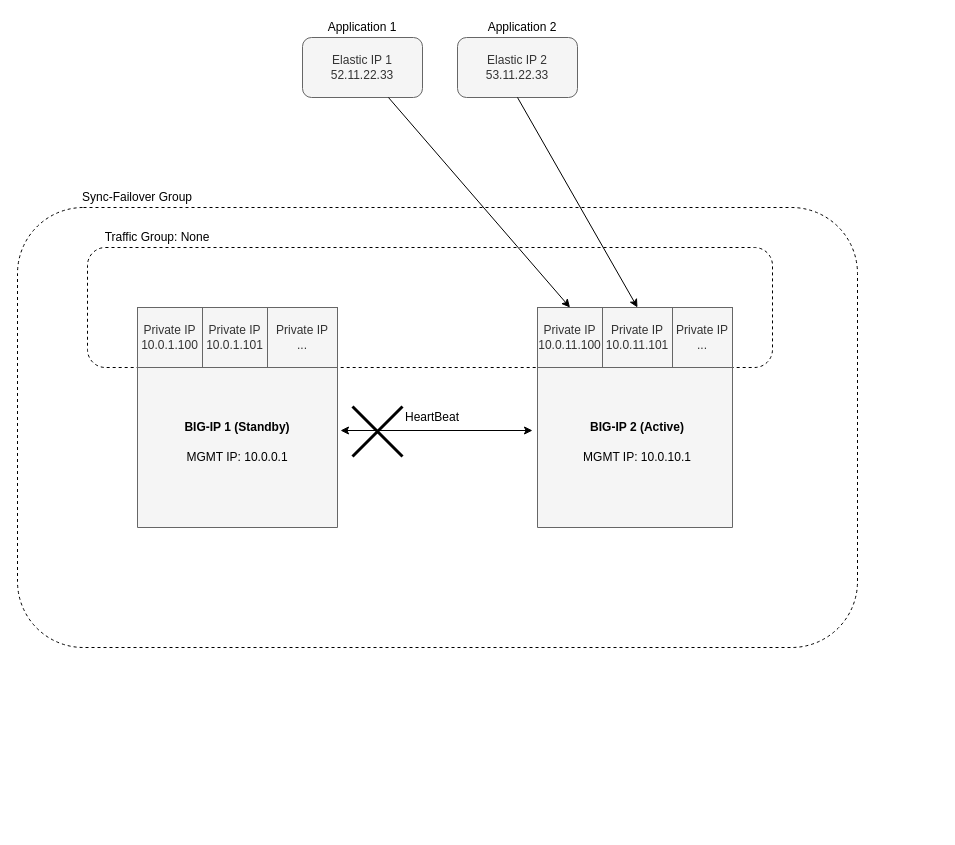
F5Networks/f5-cloud-failover-extension keeps this draw.io diagram as contributing/images/src/GoogleFailoverExtensionHighLevelAfter.drawio.xml. Above is the earlier version. Source tidied: cells renumbered, new cells numbered last; positions are measured from the earlier drawing's top-left corner, leaving out a move shared by most shapes. Both pictures are drawn from the tidied source at 100%, with x=0, y=0 at pixel (17, 17). Pictures stored in the file or linked from it are replaced by grey dashed boxes.
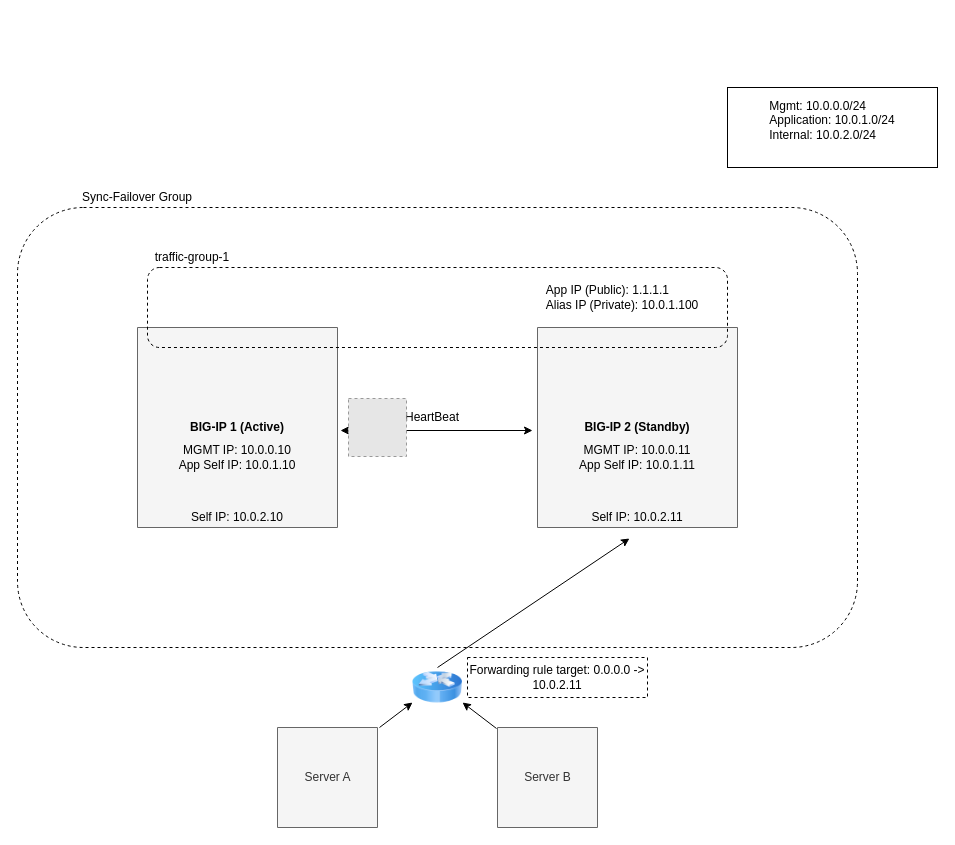
Above is the later version.

What changed in the source:
```diff
@@
-    <mxCell id="2" style="rounded=1;whiteSpace=wrap;html=1;dashed=1;fillColor=none;" parent="1" vertex="1">
-      <mxGeometry x="70" y="230" width="685" height="120" as="geometry" />
-    </mxCell>
-    <mxCell id="3" style="rounded=1;whiteSpace=wrap;html=1;dashed=1;fillColor=none;" parent="1" vertex="1">
-      <mxGeometry y="190" width="840" height="440" as="geometry" />
-    </mxCell>
-    <mxCell id="4" style="verticalLabelPosition=bottom;verticalAlign=top;html=1;shape=mxgraph.basic.rect;fillColor=#f5f5f5;fillColor2=none;strokeColor=#666666;strokeWidth=1;size=20;indent=5;fontColor=#333333;" parent="1" vertex="1">
-      <mxGeometry x="120" y="310" width="200" height="200" as="geometry" />
-    </mxCell>
-    <mxCell id="5" style="verticalLabelPosition=bottom;verticalAlign=top;html=1;shape=mxgraph.basic.rect;fillColor=#f5f5f5;fillColor2=none;strokeColor=#666666;strokeWidth=1;size=20;indent=5;fontColor=#333333;" parent="1" vertex="1">
-      <mxGeometry x="520" y="310" width="195" height="200" as="geometry" />
-    </mxCell>
-    <mxCell id="6" value="&lt;b&gt;BIG-IP 1 (Standby)&lt;/b&gt;" style="text;html=1;strokeColor=none;fillColor=none;align=center;verticalAlign=middle;whiteSpace=wrap;rounded=0;" parent="1" vertex="1">
-      <mxGeometry x="160" y="390" width="120" height="40" as="geometry" />
-    </mxCell>
-    <mxCell id="7" value="&lt;b&gt;BIG-IP 2 (Active)&lt;/b&gt;" style="text;html=1;strokeColor=none;fillColor=none;align=center;verticalAlign=middle;whiteSpace=wrap;rounded=0;" parent="1" vertex="1">
-      <mxGeometry x="560" y="390" width="120" height="40" as="geometry" />
-    </mxCell>
-    <mxCell id="8" value="MGMT IP: 10.0.0.1" style="text;html=1;strokeColor=none;fillColor=none;align=center;verticalAlign=middle;whiteSpace=wrap;rounded=0;" parent="1" vertex="1">
-      <mxGeometry x="160" y="420" width="120" height="40" as="geometry" />
-    </mxCell>
-    <mxCell id="9" value="MGMT IP: 10.0.10.1" style="text;html=1;strokeColor=none;fillColor=none;align=center;verticalAlign=middle;whiteSpace=wrap;rounded=0;" parent="1" vertex="1">
-      <mxGeometry x="560" y="420" width="120" height="40" as="geometry" />
-    </mxCell>
+    <mxCell id="27" style="rounded=1;whiteSpace=wrap;html=1;dashed=1;fillColor=none;" parent="1" vertex="1">
+      <mxGeometry y="190" width="840" height="440" as="geometry" />
+    </mxCell>
+    <mxCell id="28" style="verticalLabelPosition=bottom;verticalAlign=top;html=1;shape=mxgraph.basic.rect;fillColor=#f5f5f5;fillColor2=none;strokeColor=#666666;strokeWidth=1;size=20;indent=5;fontColor=#333333;" parent="1" vertex="1">
+      <mxGeometry x="120" y="310" width="200" height="200" as="geometry" />
+    </mxCell>
+    <mxCell id="29" style="verticalLabelPosition=bottom;verticalAlign=top;html=1;shape=mxgraph.basic.rect;fillColor=#f5f5f5;fillColor2=none;strokeColor=#666666;strokeWidth=1;size=20;indent=5;fontColor=#333333;" parent="1" vertex="1">
+      <mxGeometry x="520" y="310" width="200" height="200" as="geometry" />
+    </mxCell>
+    <mxCell id="30" style="endArrow=classic;startArrow=classic;html=1;exitX=1.015;exitY=0.515;exitDx=0;exitDy=0;exitPerimeter=0;" parent="1" edge="1" source="28">
+      <mxGeometry relative="1" as="geometry">
+        <mxPoint x="515" y="413" as="targetPoint" />
+      </mxGeometry>
+    </mxCell>
+    <mxCell id="31" value="&lt;b&gt;BIG-IP 1 (Active)&lt;/b&gt;&lt;br&gt;" style="text;html=1;strokeColor=none;fillColor=none;align=center;verticalAlign=middle;whiteSpace=wrap;rounded=0;" parent="1" vertex="1">
+      <mxGeometry x="160" y="390" width="120" height="40" as="geometry" />
+    </mxCell>
+    <mxCell id="32" value="&lt;div style=&quot;text-align: left&quot;&gt;Mgmt: 10.0.0.0/24&lt;/div&gt;&lt;div style=&quot;text-align: left&quot;&gt;Application: 10.0.1.0/24&lt;/div&gt;&lt;div style=&quot;text-align: left&quot;&gt;Internal: 10.0.2.0/24&lt;/div&gt;&lt;br&gt;" style="text;html=1;strokeColor=#000000;fillColor=none;align=center;verticalAlign=middle;whiteSpace=wrap;rounded=0;" parent="1" vertex="1">
+      <mxGeometry x="710" y="70" width="210" height="80" as="geometry" />
+    </mxCell>
+    <mxCell id="33" value="&lt;b&gt;BIG-IP 2 (Standby)&lt;/b&gt;&lt;br&gt;" style="text;html=1;strokeColor=none;fillColor=none;align=center;verticalAlign=middle;whiteSpace=wrap;rounded=0;" parent="1" vertex="1">
+      <mxGeometry x="560" y="390" width="120" height="40" as="geometry" />
+    </mxCell>
+    <mxCell id="34" value="MGMT IP: 10.0.0.10&lt;br&gt;App Self IP: 10.0.1.10&lt;br&gt;" style="text;html=1;strokeColor=none;fillColor=none;align=center;verticalAlign=middle;whiteSpace=wrap;rounded=0;" parent="1" vertex="1">
+      <mxGeometry x="160" y="420" width="120" height="40" as="geometry" />
+    </mxCell>
+    <mxCell id="35" value="MGMT IP: 10.0.0.11&lt;br&gt;App Self IP: 10.0.1.11&lt;br&gt;" style="text;html=1;strokeColor=none;fillColor=none;align=center;verticalAlign=middle;whiteSpace=wrap;rounded=0;" parent="1" vertex="1">
+      <mxGeometry x="560" y="420" width="120" height="40" as="geometry" />
+    </mxCell>
@@
+    <mxCell id="36" value="traffic-group-1" style="text;html=1;strokeColor=none;fillColor=none;align=center;verticalAlign=middle;whiteSpace=wrap;rounded=0;dashed=1;" parent="1" vertex="1">
+      <mxGeometry x="130" y="230" width="90" height="20" as="geometry" />
+    </mxCell>
+    <mxCell id="37" style="rounded=1;whiteSpace=wrap;html=1;strokeColor=#000000;fillColor=none;dashed=1;" parent="1" vertex="1">
+      <mxGeometry x="130" y="250" width="580" height="80" as="geometry" />
+    </mxCell>
+    <mxCell id="38" value="&lt;div style=&quot;text-align: left&quot;&gt;App IP (Public): 1.1.1.1&lt;br&gt;&lt;/div&gt;&lt;div&gt;&lt;div style=&quot;text-align: left&quot;&gt;Alias IP (Private): 10.0.1.100&lt;/div&gt;&lt;/div&gt;" style="text;html=1;strokeColor=none;fillColor=none;align=center;verticalAlign=middle;whiteSpace=wrap;rounded=0;dashed=1;" parent="1" vertex="1">
+      <mxGeometry x="500" y="260" width="210" height="40" as="geometry" />
+    </mxCell>
@@
-    <mxCell id="12" value="Private IP&lt;br&gt;10.0.1.100" style="rounded=0;whiteSpace=wrap;html=1;fillColor=#f5f5f5;strokeColor=#666666;fontColor=#333333;" parent="1" vertex="1">
-      <mxGeometry x="120" y="290" width="65" height="60" as="geometry" />
-    </mxCell>
-    <mxCell id="13" value="Private IP&lt;br&gt;10.0.1.101" style="rounded=0;whiteSpace=wrap;html=1;fillColor=#f5f5f5;strokeColor=#666666;fontColor=#333333;" parent="1" vertex="1">
-      <mxGeometry x="185" y="290" width="65" height="60" as="geometry" />
-    </mxCell>
-    <mxCell id="14" value="Private IP&lt;br&gt;..." style="rounded=0;whiteSpace=wrap;html=1;fillColor=#f5f5f5;strokeColor=#666666;fontColor=#333333;" parent="1" vertex="1">
-      <mxGeometry x="250" y="290" width="70" height="60" as="geometry" />
-    </mxCell>
-    <mxCell id="15" value="Private IP&lt;br&gt;10.0.11.100" style="rounded=0;whiteSpace=wrap;html=1;fillColor=#f5f5f5;strokeColor=#666666;fontColor=#333333;" parent="1" vertex="1">
-      <mxGeometry x="520" y="290" width="65" height="60" as="geometry" />
-    </mxCell>
-    <mxCell id="16" value="Private IP&lt;br&gt;10.0.11.101" style="rounded=0;whiteSpace=wrap;html=1;fillColor=#f5f5f5;strokeColor=#666666;fontColor=#333333;" parent="1" vertex="1">
-      <mxGeometry x="585" y="290" width="70" height="60" as="geometry" />
-    </mxCell>
-    <mxCell id="17" value="Private IP&lt;br&gt;..." style="rounded=0;whiteSpace=wrap;html=1;fillColor=#f5f5f5;strokeColor=#666666;fontColor=#333333;" parent="1" vertex="1">
-      <mxGeometry x="655" y="290" width="60" height="60" as="geometry" />
-    </mxCell>
-    <mxCell id="18" value="Elastic IP 1&lt;br&gt;52.11.22.33" style="rounded=1;whiteSpace=wrap;html=1;fillColor=#f5f5f5;strokeColor=#666666;fontColor=#333333;" parent="1" vertex="1">
-      <mxGeometry x="285" y="20" width="120" height="60" as="geometry" />
-    </mxCell>
-    <mxCell id="19" value="Elastic IP 2&lt;br&gt;53.11.22.33" style="rounded=1;whiteSpace=wrap;html=1;fillColor=#f5f5f5;strokeColor=#666666;fontColor=#333333;" parent="1" vertex="1">
-      <mxGeometry x="440" y="20" width="120" height="60" as="geometry" />
-    </mxCell>
-    <mxCell id="20" style="endArrow=classic;html=1;entryX=0.5;entryY=0;entryDx=0;entryDy=0;" parent="1" edge="1" source="18" target="15">
-      <mxGeometry relative="1" as="geometry" />
-    </mxCell>
-    <mxCell id="21" style="endArrow=classic;html=1;exitX=0.5;exitY=1;exitDx=0;exitDy=0;entryX=0.5;entryY=0;entryDx=0;entryDy=0;" parent="1" edge="1" source="19" target="16">
-      <mxGeometry relative="1" as="geometry" />
-    </mxCell>
-    <mxCell id="22" value="Traffic Group: None" style="text;html=1;strokeColor=none;fillColor=none;align=center;verticalAlign=middle;whiteSpace=wrap;rounded=0;dashed=1;" parent="1" vertex="1">
-      <mxGeometry x="45" y="210" width="190" height="20" as="geometry" />
-    </mxCell>
-    <mxCell id="23" value="Application 1" style="text;html=1;strokeColor=none;fillColor=none;align=center;verticalAlign=middle;whiteSpace=wrap;rounded=0;dashed=1;" parent="1" vertex="1">
-      <mxGeometry x="300" width="90" height="20" as="geometry" />
-    </mxCell>
-    <mxCell id="24" value="Application 2" style="text;html=1;strokeColor=none;fillColor=none;align=center;verticalAlign=middle;whiteSpace=wrap;rounded=0;dashed=1;" parent="1" vertex="1">
-      <mxGeometry x="465" width="80" height="20" as="geometry" />
-    </mxCell>
-    <mxCell id="25" style="endArrow=classic;startArrow=classic;html=1;exitX=1.015;exitY=0.515;exitDx=0;exitDy=0;exitPerimeter=0;" parent="1" edge="1" source="4">
-      <mxGeometry relative="1" as="geometry">
-        <mxPoint x="515" y="413" as="targetPoint" />
-      </mxGeometry>
-    </mxCell>
-    <mxCell id="26" style="shape=umlDestroy;whiteSpace=wrap;html=1;strokeWidth=3;fillColor=none;" parent="1" vertex="1">
-      <mxGeometry x="335" y="389" width="50" height="50" as="geometry" />
-    </mxCell>
+    <mxCell id="39" value="Server A" style="verticalLabelPosition=middle;verticalAlign=middle;html=1;shape=mxgraph.basic.rect;fillColor=#f5f5f5;fillColor2=none;strokeColor=#666666;strokeWidth=1;size=20;indent=5;fontColor=#333333;labelPosition=center;align=center;" parent="1" vertex="1">
+      <mxGeometry x="260" y="710" width="100" height="100" as="geometry" />
+    </mxCell>
+    <mxCell id="40" value="Server B" style="verticalLabelPosition=middle;verticalAlign=middle;html=1;shape=mxgraph.basic.rect;fillColor=#f5f5f5;fillColor2=none;strokeColor=#666666;strokeWidth=1;size=20;indent=5;fontColor=#333333;labelPosition=center;align=center;" parent="1" vertex="1">
+      <mxGeometry x="480" y="710" width="100" height="100" as="geometry" />
+    </mxCell>
+    <mxCell id="41" style="image;html=1;labelBackgroundColor=#ffffff;image=img/lib/clip_art/networking/Router_Icon_128x128.png;" parent="1" vertex="1">
+      <mxGeometry x="395" y="640" width="50" height="60" as="geometry" />
+    </mxCell>
+    <mxCell id="42" value="Self IP: 10.0.2.10&lt;br&gt;" style="text;html=1;strokeColor=none;fillColor=none;align=center;verticalAlign=middle;whiteSpace=wrap;rounded=0;" parent="1" vertex="1">
+      <mxGeometry x="160" y="480" width="120" height="40" as="geometry" />
+    </mxCell>
+    <mxCell id="43" value="Self IP: 10.0.2.11&lt;br&gt;" style="text;html=1;strokeColor=none;fillColor=none;align=center;verticalAlign=middle;whiteSpace=wrap;rounded=0;" parent="1" vertex="1">
+      <mxGeometry x="560" y="480" width="120" height="40" as="geometry" />
+    </mxCell>
+    <mxCell id="44" style="endArrow=classic;html=1;exitX=1.02;exitY=0;exitDx=0;exitDy=0;exitPerimeter=0;entryX=0;entryY=0.75;entryDx=0;entryDy=0;" parent="1" edge="1" source="39" target="41">
+      <mxGeometry relative="1" as="geometry" />
+    </mxCell>
+    <mxCell id="45" style="endArrow=classic;html=1;" parent="1" edge="1">
+      <mxGeometry relative="1" as="geometry">
+        <mxPoint x="479" y="711" as="sourcePoint" />
+        <mxPoint x="445" y="685" as="targetPoint" />
+      </mxGeometry>
+    </mxCell>
+    <mxCell id="46" style="endArrow=classic;html=1;entryX=0.433;entryY=1.025;entryDx=0;entryDy=0;entryPerimeter=0;" parent="1" edge="1" target="43">
+      <mxGeometry relative="1" as="geometry">
+        <mxPoint x="420" y="650" as="sourcePoint" />
+      </mxGeometry>
+    </mxCell>
+    <mxCell id="47" value="Forwarding rule target: 0.0.0.0 -&amp;gt; 10.0.2.11" style="rounded=0;whiteSpace=wrap;html=1;dashed=1;fillColor=none;" parent="1" vertex="1">
+      <mxGeometry x="450" y="640" width="180" height="40" as="geometry" />
+    </mxCell>
+    <mxCell id="48" style="fillColor=#E6E6E6;strokeColor=#999999;dashed=1;html=1;verticalAlign=top;verticalLabelPosition=bottom;labelBackgroundColor=#ffffff;" parent="1" vertex="1">
+      <mxGeometry x="331" y="381" width="58" height="58" as="geometry" />
+    </mxCell>
```
